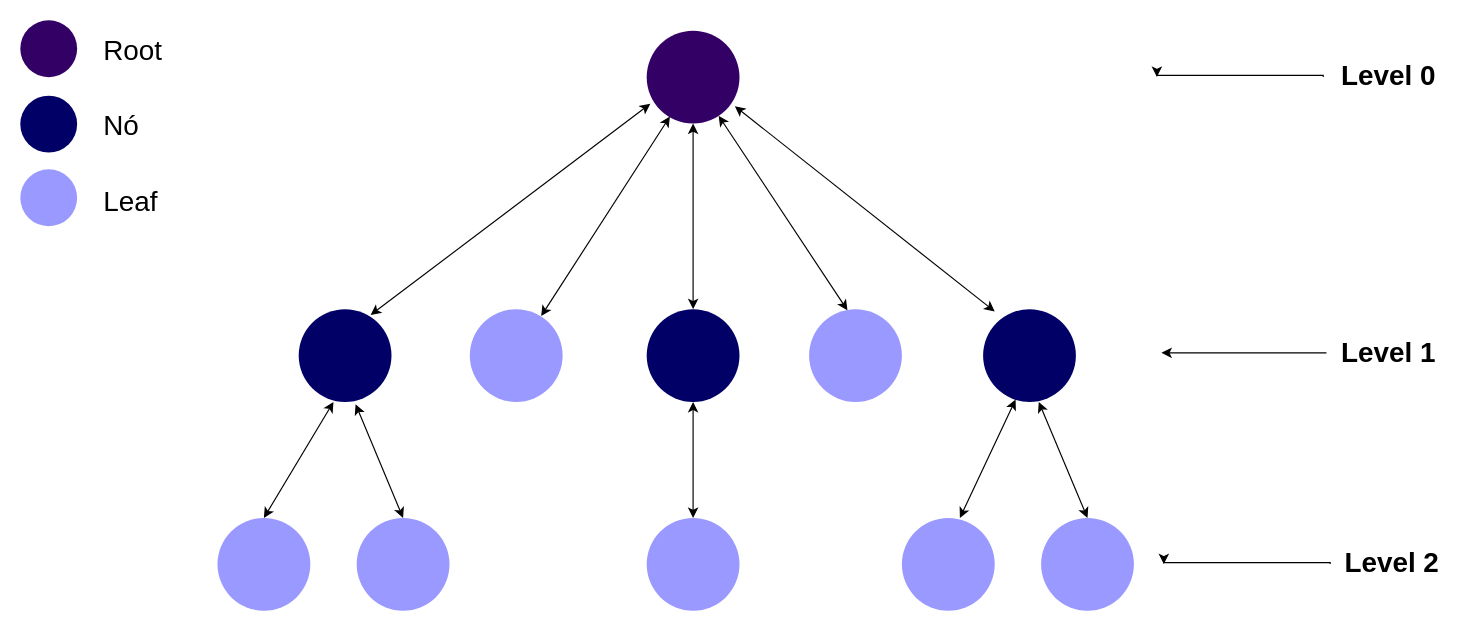
The draw.io diagram resources/Untitled Diagram.drawio in joserafael97/auditor-crawler, before the edit. Source tidied: cells renumbered, new cells numbered last; positions are measured from the earlier drawing's top-left corner, leaving out a move shared by most shapes. Both pictures are drawn from the tidied source at 116%, with x=0, y=0 at pixel (20, 20).
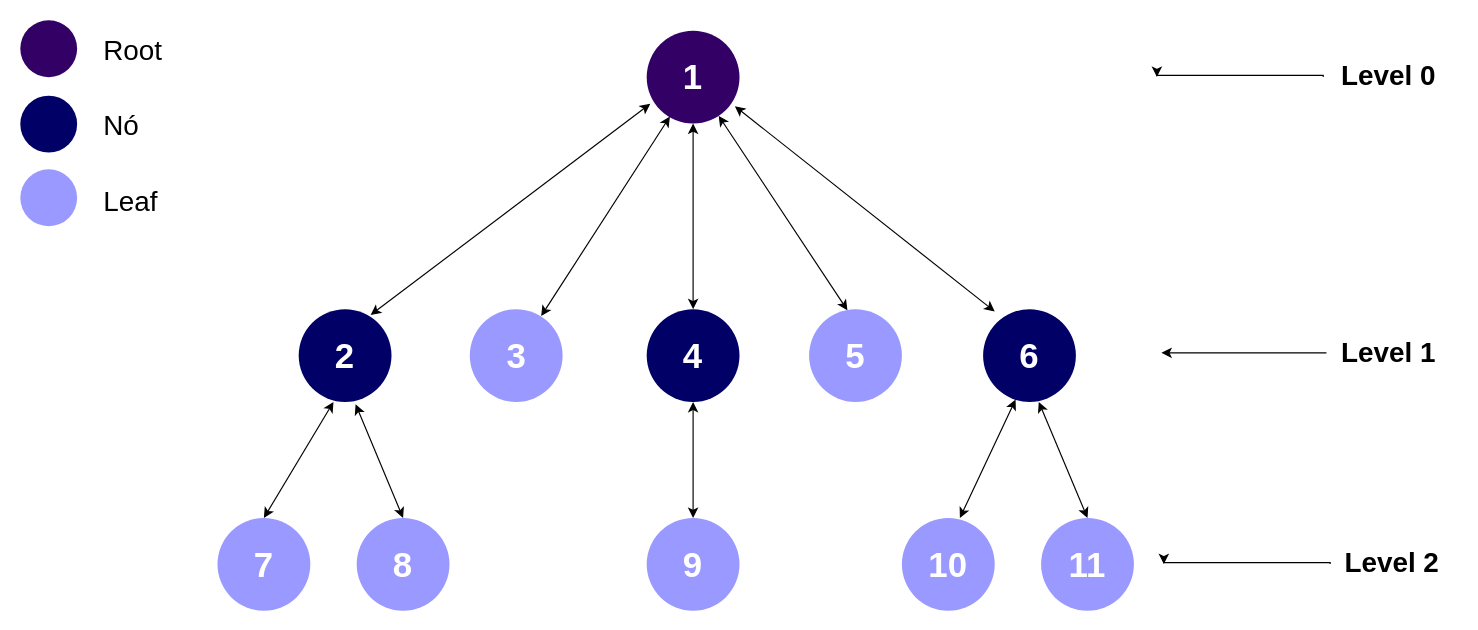
Above is the later version.

Diff of the diagram source:
```diff
@@
-    <mxCell id="2" style="ellipse;whiteSpace=wrap;html=1;strokeColor=none;fillColor=#9999FF;" parent="1" vertex="1">
+    <mxCell id="2" value="&lt;font color=&quot;#ffffff&quot; style=&quot;font-size: 30px&quot;&gt;&lt;b&gt;3&lt;/b&gt;&lt;/font&gt;" style="ellipse;whiteSpace=wrap;html=1;strokeColor=none;fillColor=#9999FF;" parent="1" vertex="1">
       <mxGeometry x="387.5" y="249" width="80" height="80" as="geometry" />
     </mxCell>
-    <mxCell id="3" style="ellipse;whiteSpace=wrap;html=1;strokeColor=none;fillColor=#000066;" parent="1" vertex="1">
+    <mxCell id="3" value="&lt;font color=&quot;#ffffff&quot; style=&quot;font-size: 30px&quot;&gt;&lt;b&gt;4&lt;/b&gt;&lt;/font&gt;" style="ellipse;whiteSpace=wrap;html=1;strokeColor=none;fillColor=#000066;" parent="1" vertex="1">
       <mxGeometry x="540" y="249" width="80" height="80" as="geometry" />
     </mxCell>
-    <mxCell id="4" style="ellipse;whiteSpace=wrap;html=1;fillColor=#330066;strokeColor=none;" parent="1" vertex="1">
+    <mxCell id="4" value="&lt;font color=&quot;#ffffff&quot; size=&quot;1&quot;&gt;&lt;b style=&quot;font-size: 30px&quot;&gt;1&lt;/b&gt;&lt;/font&gt;" style="ellipse;whiteSpace=wrap;html=1;fillColor=#330066;strokeColor=none;" parent="1" vertex="1">
       <mxGeometry x="540" y="9" width="80" height="80" as="geometry" />
     </mxCell>
-    <mxCell id="5" style="ellipse;whiteSpace=wrap;html=1;strokeColor=none;fillColor=#9999FF;" parent="1" vertex="1">
+    <mxCell id="5" value="&lt;font color=&quot;#ffffff&quot; size=&quot;1&quot;&gt;&lt;b style=&quot;font-size: 30px&quot;&gt;5&lt;/b&gt;&lt;/font&gt;" style="ellipse;whiteSpace=wrap;html=1;strokeColor=none;fillColor=#9999FF;" parent="1" vertex="1">
       <mxGeometry x="680" y="249" width="80" height="80" as="geometry" />
     </mxCell>
-    <mxCell id="6" style="ellipse;whiteSpace=wrap;html=1;fillColor=#000066;strokeColor=none;" parent="1" vertex="1">
+    <mxCell id="6" value="&lt;font style=&quot;font-size: 30px&quot; color=&quot;#ffffff&quot;&gt;&lt;b&gt;6&lt;/b&gt;&lt;/font&gt;" style="ellipse;whiteSpace=wrap;html=1;fillColor=#000066;strokeColor=none;" parent="1" vertex="1">
       <mxGeometry x="830" y="249" width="80" height="80" as="geometry" />
     </mxCell>
-    <mxCell id="7" style="ellipse;whiteSpace=wrap;html=1;fillColor=#000066;strokeColor=none;gradientColor=none;" parent="1" vertex="1">
+    <mxCell id="7" value="&lt;b&gt;&lt;font style=&quot;font-size: 30px&quot; color=&quot;#ffffff&quot;&gt;2&lt;/font&gt;&lt;/b&gt;" style="ellipse;whiteSpace=wrap;html=1;fillColor=#000066;strokeColor=none;gradientColor=none;" parent="1" vertex="1">
       <mxGeometry x="240" y="249" width="80" height="80" as="geometry" />
     </mxCell>
-    <mxCell id="8" style="ellipse;whiteSpace=wrap;html=1;fillColor=#9999FF;strokeColor=none;" parent="1" vertex="1">
+    <mxCell id="8" value="&lt;b&gt;&lt;font style=&quot;font-size: 30px&quot; color=&quot;#ffffff&quot;&gt;7&lt;/font&gt;&lt;/b&gt;" style="ellipse;whiteSpace=wrap;html=1;fillColor=#9999FF;strokeColor=none;" parent="1" vertex="1">
       <mxGeometry x="170" y="429" width="80" height="80" as="geometry" />
     </mxCell>
-    <mxCell id="9" style="ellipse;whiteSpace=wrap;html=1;fillColor=#9999FF;strokeColor=none;" parent="1" vertex="1">
+    <mxCell id="9" value="&lt;font style=&quot;font-size: 30px&quot; color=&quot;#ffffff&quot;&gt;&lt;b&gt;8&lt;/b&gt;&lt;/font&gt;" style="ellipse;whiteSpace=wrap;html=1;fillColor=#9999FF;strokeColor=none;" parent="1" vertex="1">
       <mxGeometry x="290" y="429" width="80" height="80" as="geometry" />
     </mxCell>
-    <mxCell id="10" style="ellipse;whiteSpace=wrap;html=1;fillColor=#9999FF;strokeColor=none;" parent="1" vertex="1">
+    <mxCell id="10" value="&lt;font color=&quot;#ffffff&quot; size=&quot;1&quot;&gt;&lt;b style=&quot;font-size: 30px&quot;&gt;9&lt;/b&gt;&lt;/font&gt;" style="ellipse;whiteSpace=wrap;html=1;fillColor=#9999FF;strokeColor=none;" parent="1" vertex="1">
       <mxGeometry x="540" y="429" width="80" height="80" as="geometry" />
     </mxCell>
-    <mxCell id="11" style="ellipse;whiteSpace=wrap;html=1;fillColor=#9999FF;strokeColor=none;" parent="1" vertex="1">
+    <mxCell id="11" value="&lt;b&gt;&lt;font style=&quot;font-size: 30px&quot; color=&quot;#ffffff&quot;&gt;10&lt;/font&gt;&lt;/b&gt;" style="ellipse;whiteSpace=wrap;html=1;fillColor=#9999FF;strokeColor=none;" parent="1" vertex="1">
       <mxGeometry x="760" y="429" width="80" height="80" as="geometry" />
     </mxCell>
-    <mxCell id="12" style="ellipse;whiteSpace=wrap;html=1;fillColor=#9999FF;strokeColor=none;" parent="1" vertex="1">
+    <mxCell id="12" value="&lt;font style=&quot;font-size: 30px&quot; color=&quot;#ffffff&quot;&gt;&lt;b&gt;11&lt;/b&gt;&lt;/font&gt;" style="ellipse;whiteSpace=wrap;html=1;fillColor=#9999FF;strokeColor=none;" parent="1" vertex="1">
       <mxGeometry x="880" y="429" width="80" height="80" as="geometry" />
     </mxCell>
```
